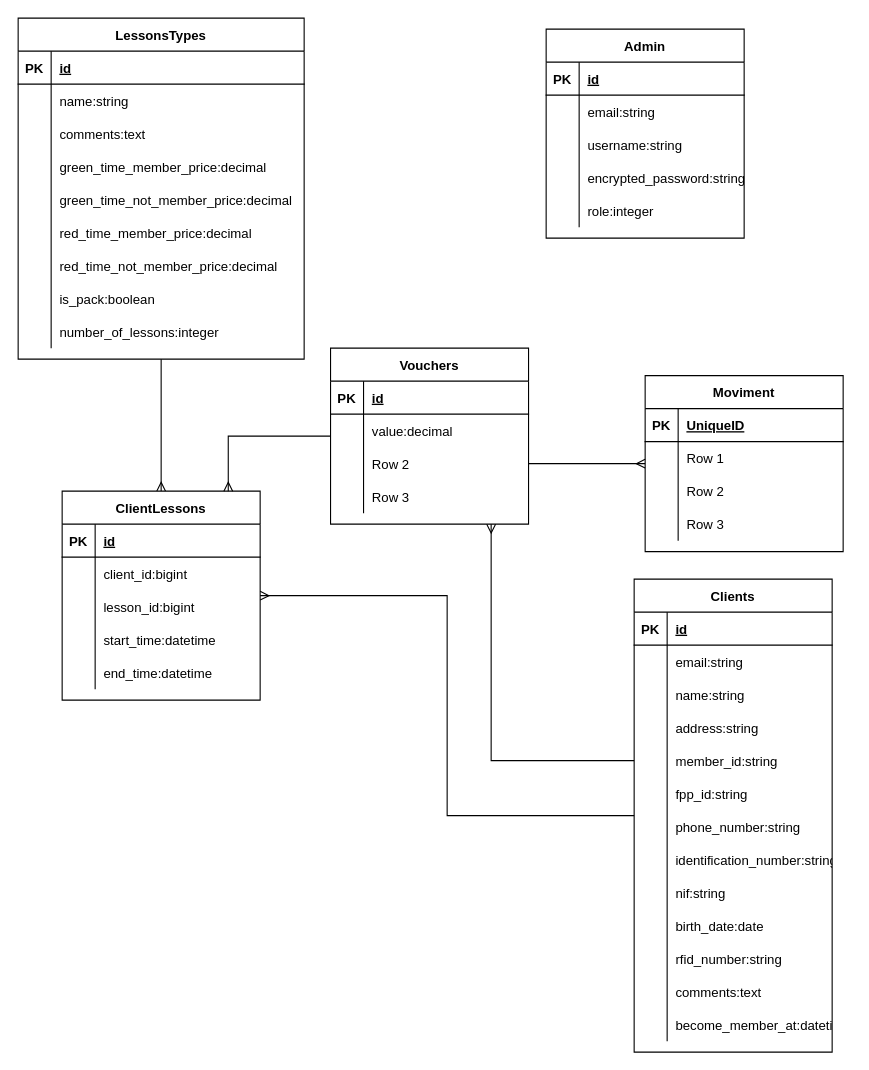
Above: er.drawio in rpbarata/starpadel (draw.io), before the change. Source tidied: cells renumbered, new cells numbered last; positions are measured from the earlier drawing's top-left corner, leaving out a move shared by most shapes. Both pictures are drawn from the tidied source at 110%, with x=0, y=0 at pixel (18, 18).
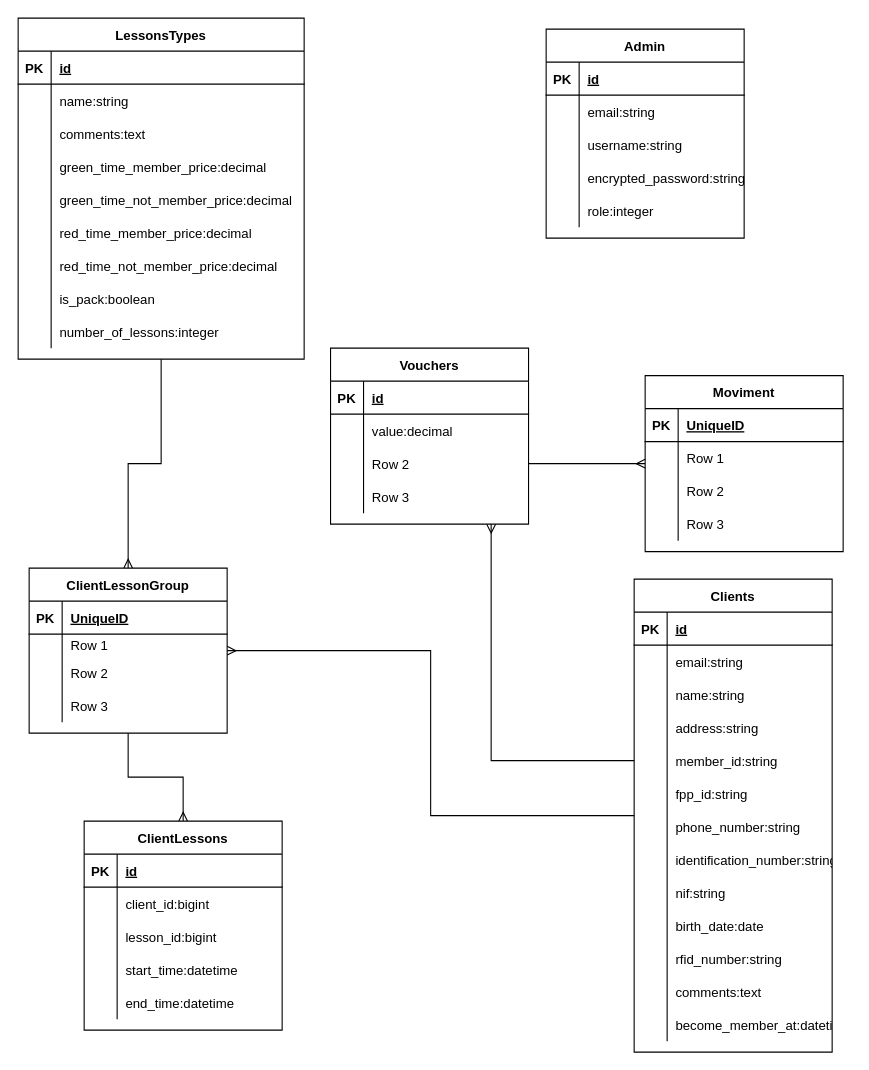
Above is the later version.

The change refers to these unchanged cells:
```xml
<mxCell id="2" value="Clients" style="shape=table;startSize=30;childLayout=tableLayout;rowLines=0;fontStyle=1;align=center;" parent="1" vertex="1">
  <mxGeometry x="560" y="510" width="180" height="430" as="geometry" />
</mxCell>
<mxCell id="58" value="LessonsTypes" style="shape=table;startSize=30;childLayout=tableLayout;rowLines=0;fontStyle=1;align=center;" parent="1" vertex="1">
  <mxGeometry width="260" height="310" as="geometry" />
</mxCell>
<mxCell id="105" value="Vouchers" style="shape=table;startSize=30;childLayout=tableLayout;rowLines=0;fontStyle=1;align=center;" parent="1" vertex="1">
  <mxGeometry x="284" y="300" width="180" height="160" as="geometry" />
</mxCell>
```

Change to the diagram source:
```diff
@@
-    <mxCell id="86" style="edgeStyle=orthogonalEdgeStyle;rounded=0;jettySize=auto;html=1;entryX=0.5;entryY=1;entryDx=0;entryDy=0;endArrow=none;endFill=0;startArrow=ERmany;startFill=0;" parent="1" edge="1" source="88" target="58">
-      <mxGeometry relative="1" as="geometry" />
-    </mxCell>
-    <mxCell id="87" style="edgeStyle=orthogonalEdgeStyle;rounded=0;jettySize=auto;html=1;startArrow=ERmany;startFill=0;endArrow=none;endFill=0;" parent="1" edge="1" source="88" target="2">
+    <mxCell id="87" style="edgeStyle=orthogonalEdgeStyle;rounded=0;jettySize=auto;html=1;startArrow=ERmany;startFill=0;endArrow=none;endFill=0;" parent="1" edge="1" source="135" target="2">
       <mxGeometry relative="1" as="geometry" />
     </mxCell>
+    <mxCell id="133" style="edgeStyle=orthogonalEdgeStyle;rounded=0;jettySize=auto;html=1;startArrow=ERmany;startFill=0;endArrow=none;endFill=0;" parent="1" edge="1" source="88" target="135">
+      <mxGeometry relative="1" as="geometry" />
+    </mxCell>
     <mxCell id="88" value="ClientLessons" style="shape=table;startSize=30;childLayout=tableLayout;rowLines=0;fontStyle=1;align=center;" parent="1" vertex="1">
-      <mxGeometry x="40" y="430" width="180" height="190" as="geometry" />
+      <mxGeometry x="60" y="730" width="180" height="190" as="geometry" />
     </mxCell>
@@
-    <mxCell id="104" style="edgeStyle=orthogonalEdgeStyle;rounded=0;jettySize=auto;html=1;entryX=0.839;entryY=0;entryDx=0;entryDy=0;endArrow=ERmany;endFill=0;entryPerimeter=0;" parent="1" edge="1" source="105" target="88">
-      <mxGeometry relative="1" as="geometry" />
-    </mxCell>
@@
+    <mxCell id="134" style="edgeStyle=orthogonalEdgeStyle;rounded=0;jettySize=auto;html=1;endArrow=none;endFill=0;startArrow=ERmany;startFill=0;" parent="1" edge="1" source="135" target="58">
+      <mxGeometry relative="1" as="geometry" />
+    </mxCell>
+    <mxCell id="135" value="ClientLessonGroup" style="shape=table;startSize=30;childLayout=tableLayout;rowLines=0;fontStyle=1;align=center;" parent="1" vertex="1">
+      <mxGeometry x="10" y="500" width="180" height="150" as="geometry" />
+    </mxCell>
+    <mxCell id="136" style="shape=partialRectangle;fillColor=none;top=0;left=0;bottom=1;right=0;" parent="135" vertex="1">
+      <mxGeometry y="30" width="180" height="30" as="geometry" />
+    </mxCell>
+    <mxCell id="137" value="PK" style="shape=partialRectangle;fillColor=none;top=0;left=0;bottom=0;right=0;fontStyle=1;overflow=hidden;" parent="136" vertex="1">
+      <mxGeometry width="30" height="30" as="geometry" />
+    </mxCell>
+    <mxCell id="138" value="UniqueID" style="shape=partialRectangle;fillColor=none;top=0;left=0;bottom=0;right=0;align=left;spacingLeft=6;fontStyle=5;overflow=hidden;" parent="136" vertex="1">
+      <mxGeometry x="30" width="150" height="30" as="geometry" />
+    </mxCell>
+    <mxCell id="139" style="shape=partialRectangle;fillColor=none;top=0;left=0;bottom=0;right=0;" parent="135" vertex="1">
+      <mxGeometry y="60" width="180" height="20" as="geometry" />
+    </mxCell>
+    <mxCell id="140" style="shape=partialRectangle;fillColor=none;top=0;left=0;bottom=0;right=0;overflow=hidden;" parent="139" vertex="1">
+      <mxGeometry width="30" height="20" as="geometry" />
+    </mxCell>
+    <mxCell id="141" value="Row 1" style="shape=partialRectangle;fillColor=none;top=0;left=0;bottom=0;right=0;align=left;spacingLeft=6;overflow=hidden;" parent="139" vertex="1">
+      <mxGeometry x="30" width="150" height="20" as="geometry" />
+    </mxCell>
+    <mxCell id="142" style="shape=partialRectangle;fillColor=none;top=0;left=0;bottom=0;right=0;" parent="135" vertex="1">
+      <mxGeometry y="80" width="180" height="30" as="geometry" />
+    </mxCell>
+    <mxCell id="143" style="shape=partialRectangle;fillColor=none;top=0;left=0;bottom=0;right=0;overflow=hidden;" parent="142" vertex="1">
+      <mxGeometry width="30" height="30" as="geometry" />
+    </mxCell>
+    <mxCell id="144" value="Row 2" style="shape=partialRectangle;fillColor=none;top=0;left=0;bottom=0;right=0;align=left;spacingLeft=6;overflow=hidden;" parent="142" vertex="1">
+      <mxGeometry x="30" width="150" height="30" as="geometry" />
+    </mxCell>
+    <mxCell id="145" style="shape=partialRectangle;fillColor=none;top=0;left=0;bottom=0;right=0;" parent="135" vertex="1">
+      <mxGeometry y="110" width="180" height="30" as="geometry" />
+    </mxCell>
+    <mxCell id="146" style="shape=partialRectangle;fillColor=none;top=0;left=0;bottom=0;right=0;overflow=hidden;" parent="145" vertex="1">
+      <mxGeometry width="30" height="30" as="geometry" />
+    </mxCell>
+    <mxCell id="147" value="Row 3" style="shape=partialRectangle;fillColor=none;top=0;left=0;bottom=0;right=0;align=left;spacingLeft=6;overflow=hidden;" parent="145" vertex="1">
+      <mxGeometry x="30" width="150" height="30" as="geometry" />
+    </mxCell>
```
